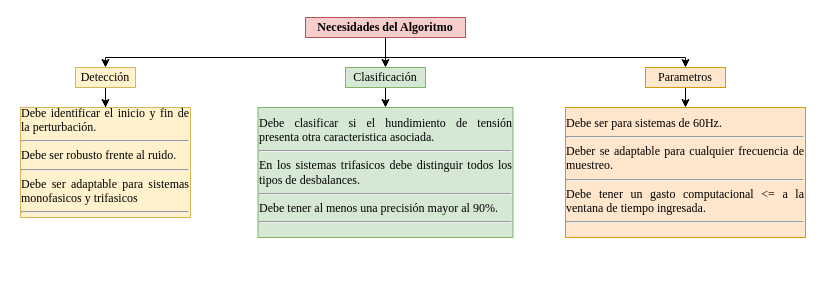
Earlier version of the draw.io diagram Diagramas_Flujo/Diagrama_necesidades.drawio (SGOLDYT/Power-Quality). Source tidied: cells renumbered, new cells numbered last; positions are measured from the earlier drawing's top-left corner, leaving out a move shared by most shapes. Both pictures are drawn from the tidied source at 100%, with x=0, y=0 at pixel (20, 17).
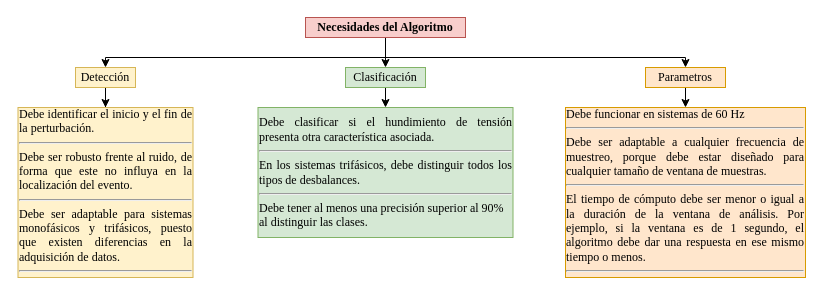
The same diagram, later.

Change to the diagram source:
```diff
@@
 <mxGraphModel>
   <root>
     <mxCell id="0" />
     <mxCell id="1" parent="0" />
     <mxCell id="2" style="edgeStyle=orthogonalEdgeStyle;rounded=0;jettySize=auto;html=1;entryX=0.5;entryY=0;entryDx=0;entryDy=0;" parent="1" edge="1" source="5" target="7">
       <mxGeometry relative="1" as="geometry" />
     </mxCell>
     <mxCell id="3" style="edgeStyle=orthogonalEdgeStyle;rounded=0;jettySize=auto;html=1;exitX=0.5;exitY=1;exitDx=0;exitDy=0;entryX=0.5;entryY=0;entryDx=0;entryDy=0;" parent="1" edge="1" source="5" target="13">
       <mxGeometry relative="1" as="geometry">
         <Array as="points">
           <mxPoint x="365" y="40" />
           <mxPoint x="665" y="40" />
         </Array>
       </mxGeometry>
     </mxCell>
     <mxCell id="4" style="edgeStyle=orthogonalEdgeStyle;rounded=0;jettySize=auto;html=1;exitX=0.5;exitY=1;exitDx=0;exitDy=0;entryX=0.5;entryY=0;entryDx=0;entryDy=0;" parent="1" edge="1" source="5" target="9">
       <mxGeometry relative="1" as="geometry">
         <Array as="points">
           <mxPoint x="365" y="40" />
           <mxPoint x="85" y="40" />
         </Array>
       </mxGeometry>
     </mxCell>
     <mxCell id="5" value="&lt;font face=&quot;Times New Roman&quot;&gt;&lt;b&gt;Necesidades del Algoritmo&lt;/b&gt;&lt;/font&gt;" style="rounded=0;whiteSpace=wrap;html=1;fillColor=#f8cecc;strokeColor=#b85450;" parent="1" vertex="1">
       <mxGeometry x="285" width="160" height="20" as="geometry" />
     </mxCell>
     <mxCell id="6" style="edgeStyle=orthogonalEdgeStyle;rounded=0;jettySize=auto;html=1;exitX=0.5;exitY=1;exitDx=0;exitDy=0;entryX=0.5;entryY=0;entryDx=0;entryDy=0;" parent="1" edge="1" source="7" target="11">
       <mxGeometry relative="1" as="geometry" />
     </mxCell>
     <mxCell id="7" value="&lt;div style=&quot;text-align: justify;&quot;&gt;&lt;span style=&quot;font-family: &amp;quot;Times New Roman&amp;quot;;&quot;&gt;Clasificación&lt;/span&gt;&lt;/div&gt;" style="rounded=0;whiteSpace=wrap;html=1;fillColor=#d5e8d4;strokeColor=#82b366;" parent="1" vertex="1">
       <mxGeometry x="325" y="50" width="80" height="20" as="geometry" />
     </mxCell>
     <mxCell id="8" style="edgeStyle=orthogonalEdgeStyle;rounded=0;jettySize=auto;html=1;entryX=0.5;entryY=0;entryDx=0;entryDy=0;" parent="1" edge="1" source="9" target="10">
       <mxGeometry relative="1" as="geometry" />
     </mxCell>
     <mxCell id="9" value="&lt;font face=&quot;Times New Roman&quot;&gt;Detección&lt;/font&gt;" style="rounded=0;whiteSpace=wrap;html=1;fillColor=#fff2cc;strokeColor=#d6b656;" parent="1" vertex="1">
       <mxGeometry x="55" y="50" width="60" height="20" as="geometry" />
     </mxCell>
-    <mxCell id="10" value="&lt;div style=&quot;text-align: justify;&quot;&gt;&lt;span style=&quot;font-family: &amp;quot;Times New Roman&amp;quot;; background-color: transparent; color: light-dark(rgb(0, 0, 0), rgb(255, 255, 255));&quot;&gt;Debe identificar el inicio y fin de la perturbación.&lt;/span&gt;&lt;/div&gt;&lt;div&gt;&lt;hr style=&quot;text-align: justify;&quot;&gt;&lt;div style=&quot;text-align: justify;&quot;&gt;&lt;span style=&quot;background-color: transparent; color: light-dark(rgb(0, 0, 0), rgb(255, 255, 255));&quot;&gt;&lt;font face=&quot;Times New Roman&quot;&gt;Debe&amp;nbsp;ser robusto frente al ruido.&lt;/font&gt;&lt;/span&gt;&lt;/div&gt;&lt;hr style=&quot;text-align: justify;&quot;&gt;&lt;font face=&quot;Times New Roman&quot;&gt;&lt;div style=&quot;text-align: justify;&quot;&gt;&lt;span style=&quot;background-color: transparent; color: light-dark(rgb(0, 0, 0), rgb(255, 255, 255));&quot;&gt;Debe ser adaptable para sistemas monofasicos y trifasicos&lt;/span&gt;&lt;/div&gt;&lt;/font&gt;&lt;hr style=&quot;text-align: justify;&quot;&gt;&lt;/div&gt;" style="rounded=0;whiteSpace=wrap;html=1;fillColor=#fff2cc;strokeColor=#d6b656;" parent="1" vertex="1">
-      <mxGeometry y="90" width="170" height="110" as="geometry" />
+    <mxCell id="10" value="&lt;div style=&quot;text-align: justify;&quot;&gt;&lt;font face=&quot;Times New Roman&quot;&gt;Debe identificar el inicio y el fin de la perturbación.&lt;/font&gt;&lt;/div&gt;&lt;div&gt;&lt;hr style=&quot;text-align: justify;&quot;&gt;&lt;div style=&quot;text-align: justify;&quot;&gt;&lt;font face=&quot;Times New Roman&quot;&gt;Debe ser robusto frente al ruido, de forma que este no influya en la localización del evento.&lt;/font&gt;&lt;/div&gt;&lt;hr style=&quot;text-align: justify;&quot;&gt;&lt;font face=&quot;Times New Roman&quot;&gt;&lt;div style=&quot;text-align: justify;&quot;&gt;Debe ser adaptable para sistemas monofásicos y trifásicos, puesto que existen diferencias en la adquisición de datos.&lt;/div&gt;&lt;/font&gt;&lt;hr style=&quot;text-align: justify;&quot;&gt;&lt;/div&gt;" style="rounded=0;whiteSpace=wrap;html=1;fillColor=#fff2cc;strokeColor=#d6b656;" parent="1" vertex="1">
+      <mxGeometry x="-2.5" y="90" width="175" height="170" as="geometry" />
     </mxCell>
-    <mxCell id="11" value="&lt;div style=&quot;text-align: justify;&quot;&gt;&lt;span style=&quot;font-family: &amp;quot;Times New Roman&amp;quot;; background-color: transparent; color: light-dark(rgb(0, 0, 0), rgb(255, 255, 255));&quot;&gt;Debe clasificar si el hundimiento de tensión presenta otra caracteristica asociada.&lt;/span&gt;&lt;/div&gt;&lt;div&gt;&lt;hr style=&quot;text-align: justify;&quot;&gt;&lt;div style=&quot;text-align: justify;&quot;&gt;&lt;font face=&quot;Times New Roman&quot;&gt;En los sistemas trifasicos debe distinguir todos los tipos de desbalances.&lt;/font&gt;&lt;/div&gt;&lt;hr style=&quot;text-align: justify;&quot;&gt;&lt;font face=&quot;Times New Roman&quot;&gt;&lt;div style=&quot;text-align: justify;&quot;&gt;&lt;span style=&quot;background-color: transparent; color: light-dark(rgb(0, 0, 0), rgb(255, 255, 255));&quot;&gt;Debe tener al menos una precisión mayor al 90%.&lt;/span&gt;&lt;/div&gt;&lt;/font&gt;&lt;hr style=&quot;text-align: justify;&quot;&gt;&lt;/div&gt;" style="rounded=0;whiteSpace=wrap;html=1;fillColor=#d5e8d4;strokeColor=#82b366;" parent="1" vertex="1">
+    <mxCell id="11" value="&lt;div style=&quot;text-align: justify;&quot;&gt;&lt;font face=&quot;Times New Roman&quot;&gt;Debe clasificar si el hundimiento de tensión presenta otra característica asociada.&lt;/font&gt;&lt;/div&gt;&lt;div&gt;&lt;hr style=&quot;text-align: justify;&quot;&gt;&lt;div style=&quot;text-align: justify;&quot;&gt;&lt;font face=&quot;Times New Roman&quot;&gt;En los sistemas trifásicos, debe distinguir todos los tipos de desbalances.&lt;/font&gt;&lt;/div&gt;&lt;hr style=&quot;text-align: justify;&quot;&gt;&lt;font face=&quot;Times New Roman&quot;&gt;&lt;div style=&quot;text-align: left;&quot;&gt;&lt;span style=&quot;background-color: transparent; color: light-dark(rgb(0, 0, 0), rgb(255, 255, 255));&quot;&gt;Debe tener al menos una precisión superior al 90% al distinguir las clases.&amp;nbsp;&lt;/span&gt;&lt;/div&gt;&lt;/font&gt;&lt;font face=&quot;Times New Roman&quot;&gt;&lt;div style=&quot;text-align: justify;&quot;&gt;&lt;/div&gt;&lt;/font&gt;&lt;/div&gt;" style="rounded=0;whiteSpace=wrap;html=1;fillColor=#d5e8d4;strokeColor=#82b366;" parent="1" vertex="1">
       <mxGeometry x="237.5" y="90" width="255" height="130" as="geometry" />
     </mxCell>
     <mxCell id="12" style="edgeStyle=orthogonalEdgeStyle;rounded=0;jettySize=auto;html=1;exitX=0.5;exitY=1;exitDx=0;exitDy=0;entryX=0.5;entryY=0;entryDx=0;entryDy=0;" parent="1" edge="1" source="13" target="14">
       <mxGeometry relative="1" as="geometry" />
     </mxCell>
     <mxCell id="13" value="&lt;div style=&quot;text-align: justify;&quot;&gt;&lt;span style=&quot;font-family: &amp;quot;Times New Roman&amp;quot;;&quot;&gt;Parametros&lt;/span&gt;&lt;/div&gt;" style="rounded=0;whiteSpace=wrap;html=1;fillColor=#ffe6cc;strokeColor=#d79b00;" parent="1" vertex="1">
       <mxGeometry x="625" y="50" width="80" height="20" as="geometry" />
     </mxCell>
-    <mxCell id="14" value="&lt;div style=&quot;text-align: justify;&quot;&gt;&lt;span style=&quot;font-family: &amp;quot;Times New Roman&amp;quot;; background-color: transparent; color: light-dark(rgb(0, 0, 0), rgb(255, 255, 255));&quot;&gt;Debe ser para sistemas de 60Hz.&lt;/span&gt;&lt;/div&gt;&lt;div&gt;&lt;hr style=&quot;text-align: justify;&quot;&gt;&lt;div style=&quot;text-align: justify;&quot;&gt;&lt;font face=&quot;Times New Roman&quot;&gt;Deber se adaptable para cualquier frecuencia de muestreo.&lt;/font&gt;&lt;/div&gt;&lt;hr style=&quot;text-align: justify;&quot;&gt;&lt;font face=&quot;Times New Roman&quot;&gt;&lt;div style=&quot;text-align: justify;&quot;&gt;&lt;span style=&quot;background-color: transparent; color: light-dark(rgb(0, 0, 0), rgb(255, 255, 255));&quot;&gt;Debe tener un gasto computacional &amp;lt;= a la ventana de tiempo ingresada.&lt;/span&gt;&lt;/div&gt;&lt;/font&gt;&lt;hr style=&quot;text-align: justify;&quot;&gt;&lt;/div&gt;" style="rounded=0;whiteSpace=wrap;html=1;fillColor=#ffe6cc;strokeColor=#d79b00;" parent="1" vertex="1">
-      <mxGeometry x="545" y="90" width="240" height="130" as="geometry" />
+    <mxCell id="14" value="&lt;div style=&quot;text-align: justify;&quot;&gt;&lt;font face=&quot;Times New Roman&quot;&gt;Debe funcionar en sistemas de 60 Hz&lt;/font&gt;&lt;/div&gt;&lt;div&gt;&lt;hr style=&quot;text-align: justify;&quot;&gt;&lt;div style=&quot;text-align: justify;&quot;&gt;&lt;font face=&quot;Times New Roman&quot;&gt;Debe ser adaptable a cualquier frecuencia de muestreo, porque debe estar diseñado para cualquier tamaño de ventana de muestras.&lt;/font&gt;&lt;/div&gt;&lt;hr style=&quot;text-align: justify;&quot;&gt;&lt;div style=&quot;text-align: justify;&quot;&gt;&lt;font face=&quot;Times New Roman&quot;&gt;El tiempo de cómputo debe ser menor o igual a la duración de la ventana de análisis. Por ejemplo, si la ventana es de 1 segundo, el algoritmo debe dar una respuesta en ese mismo tiempo o menos.&lt;/font&gt;&lt;/div&gt;&lt;hr style=&quot;text-align: justify;&quot;&gt;&lt;/div&gt;" style="rounded=0;whiteSpace=wrap;html=1;fillColor=#ffe6cc;strokeColor=#d79b00;" parent="1" vertex="1">
+      <mxGeometry x="545" y="90" width="240" height="170" as="geometry" />
     </mxCell>
   </root>
 </mxGraphModel>
```
